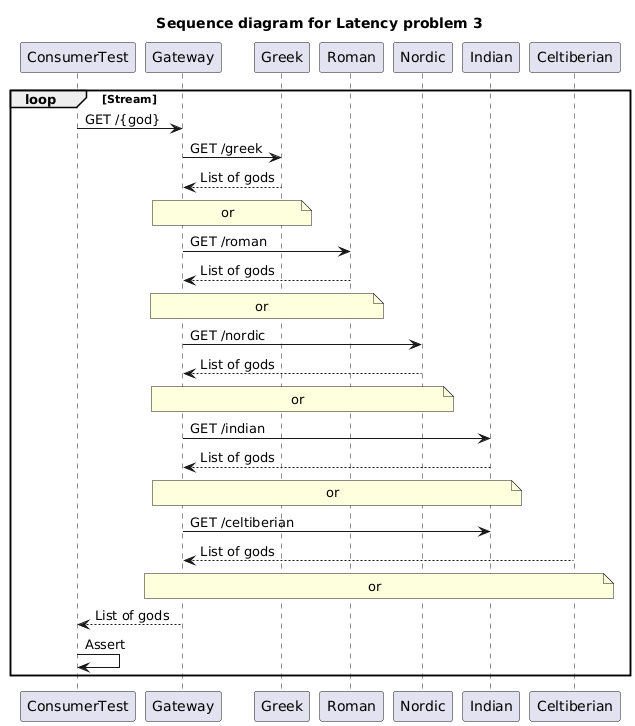
Earlier version of the PlantUML export docs/problem3/secuence-diagram-latency-problem3.png (jabrena/cursor-rules-examples). Its source is kept beside it as docs/problem3/secuence-diagram-latency-problem3.plantuml.
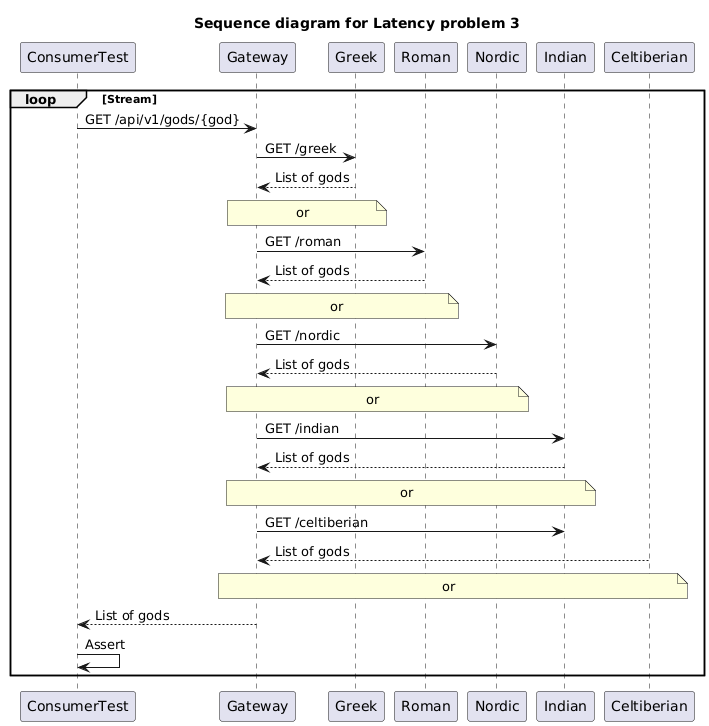
The same diagram one commit later.

Diff of the diagram source:
```diff
@@ -10,7 +10,7 @@
 participant Celtiberian
 
 loop Stream
-    ConsumerTest -> Gateway: GET /{god}
+    ConsumerTest -> Gateway: GET /api/v1/gods/{god}
 
     Gateway -> Greek: GET /greek
     Greek --> Gateway: List of gods
```
